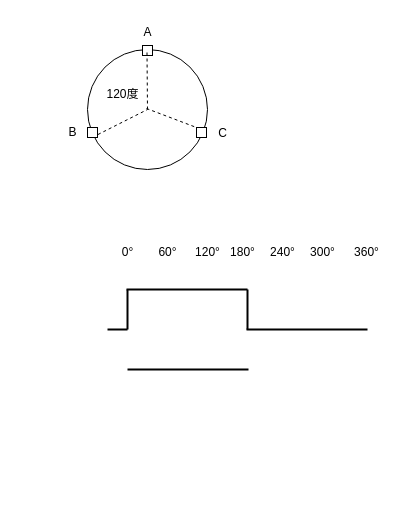
This is 伺服系统中位置传感器介绍.drawio from Vinson-001/Blog-flow-chart, a draw.io file, before an edit. Source tidied: cells renumbered, new cells numbered last; positions are measured from the earlier drawing's top-left corner, leaving out a move shared by most shapes. Both pictures are drawn from the tidied source at 100%, with x=0, y=0 at pixel (57, 17).
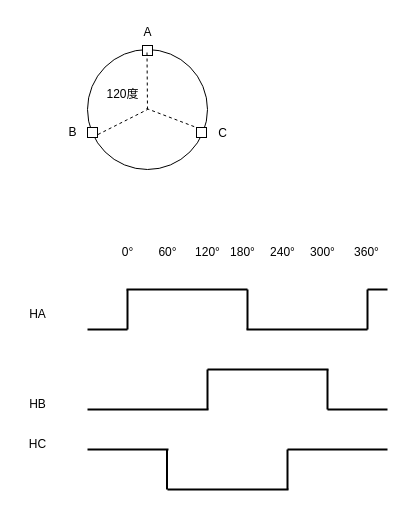
Above is the later version.

Commit message (it also covers changes not shown here):
更新伺服系统中位置传感器介绍.drawio

Change to the diagram source:
```diff
@@
     <mxCell id="13" style="endArrow=none;html=1;rounded=0;strokeWidth=2;" parent="1" edge="1">
       <mxGeometry relative="1" as="geometry">
-        <mxPoint x="50" y="312" as="sourcePoint" />
+        <mxPoint x="30" y="312" as="sourcePoint" />
         <mxPoint x="70" y="312" as="targetPoint" />
       </mxGeometry>
     </mxCell>
@@
     <mxCell id="25" style="endArrow=none;html=1;rounded=0;strokeWidth=2;" parent="1" edge="1">
       <mxGeometry relative="1" as="geometry">
-        <mxPoint x="70" y="352" as="sourcePoint" />
-        <mxPoint x="191" y="352" as="targetPoint" />
+        <mxPoint x="150" y="352" as="sourcePoint" />
+        <mxPoint x="271" y="352" as="targetPoint" />
       </mxGeometry>
     </mxCell>
+    <mxCell id="26" style="endArrow=none;html=1;rounded=0;strokeWidth=2;" parent="1" edge="1">
+      <mxGeometry relative="1" as="geometry">
+        <mxPoint x="150" y="392" as="sourcePoint" />
+        <mxPoint x="150" y="352" as="targetPoint" />
+      </mxGeometry>
+    </mxCell>
+    <mxCell id="27" style="endArrow=none;html=1;rounded=0;strokeWidth=2;" parent="1" edge="1">
+      <mxGeometry relative="1" as="geometry">
+        <mxPoint x="30" y="392" as="sourcePoint" />
+        <mxPoint x="151" y="392" as="targetPoint" />
+      </mxGeometry>
+    </mxCell>
+    <mxCell id="28" style="endArrow=none;html=1;rounded=0;strokeWidth=2;" parent="1" edge="1">
+      <mxGeometry relative="1" as="geometry">
+        <mxPoint x="270" y="392" as="sourcePoint" />
+        <mxPoint x="270" y="352" as="targetPoint" />
+      </mxGeometry>
+    </mxCell>
+    <mxCell id="29" style="endArrow=none;html=1;rounded=0;strokeWidth=2;" parent="1" edge="1">
+      <mxGeometry relative="1" as="geometry">
+        <mxPoint x="270" y="392" as="sourcePoint" />
+        <mxPoint x="330" y="392" as="targetPoint" />
+      </mxGeometry>
+    </mxCell>
+    <mxCell id="30" style="endArrow=none;html=1;rounded=0;strokeWidth=2;" parent="1" edge="1">
+      <mxGeometry relative="1" as="geometry">
+        <mxPoint x="230" y="432" as="sourcePoint" />
+        <mxPoint x="330" y="432" as="targetPoint" />
+      </mxGeometry>
+    </mxCell>
+    <mxCell id="31" style="endArrow=none;html=1;rounded=0;strokeWidth=2;" parent="1" edge="1">
+      <mxGeometry relative="1" as="geometry">
+        <mxPoint x="310" y="312" as="sourcePoint" />
+        <mxPoint x="310" y="272" as="targetPoint" />
+      </mxGeometry>
+    </mxCell>
+    <mxCell id="32" style="endArrow=none;html=1;rounded=0;strokeWidth=2;" parent="1" edge="1">
+      <mxGeometry relative="1" as="geometry">
+        <mxPoint x="310" y="272" as="sourcePoint" />
+        <mxPoint x="330" y="272" as="targetPoint" />
+      </mxGeometry>
+    </mxCell>
+    <mxCell id="33" style="endArrow=none;html=1;rounded=0;strokeWidth=2;" parent="1" edge="1">
+      <mxGeometry relative="1" as="geometry">
+        <mxPoint x="110" y="472" as="sourcePoint" />
+        <mxPoint x="231" y="472" as="targetPoint" />
+      </mxGeometry>
+    </mxCell>
+    <mxCell id="34" style="endArrow=none;html=1;rounded=0;strokeWidth=2;" parent="1" edge="1">
+      <mxGeometry relative="1" as="geometry">
+        <mxPoint x="230" y="472" as="sourcePoint" />
+        <mxPoint x="230" y="432" as="targetPoint" />
+      </mxGeometry>
+    </mxCell>
+    <mxCell id="35" style="endArrow=none;html=1;rounded=0;strokeWidth=2;" parent="1" edge="1">
+      <mxGeometry relative="1" as="geometry">
+        <mxPoint x="30" y="432" as="sourcePoint" />
+        <mxPoint x="111" y="432" as="targetPoint" />
+      </mxGeometry>
+    </mxCell>
+    <mxCell id="36" style="endArrow=none;html=1;rounded=0;strokeWidth=2;" parent="1" edge="1">
+      <mxGeometry relative="1" as="geometry">
+        <mxPoint x="109.5" y="472" as="sourcePoint" />
+        <mxPoint x="109.5" y="432" as="targetPoint" />
+      </mxGeometry>
+    </mxCell>
+    <mxCell id="37" value="HA" style="text;html=1;align=center;verticalAlign=middle;strokeColor=none;fillColor=none;" parent="1" vertex="1">
+      <mxGeometry x="-40" y="282" width="40" height="30" as="geometry" />
+    </mxCell>
+    <mxCell id="38" value="HB" style="text;html=1;align=center;verticalAlign=middle;strokeColor=none;fillColor=none;" parent="1" vertex="1">
+      <mxGeometry x="-40" y="372" width="40" height="30" as="geometry" />
+    </mxCell>
+    <mxCell id="39" value="HC" style="text;html=1;align=center;verticalAlign=middle;strokeColor=none;fillColor=none;" parent="1" vertex="1">
+      <mxGeometry x="-40" y="412" width="40" height="30" as="geometry" />
+    </mxCell>
```
